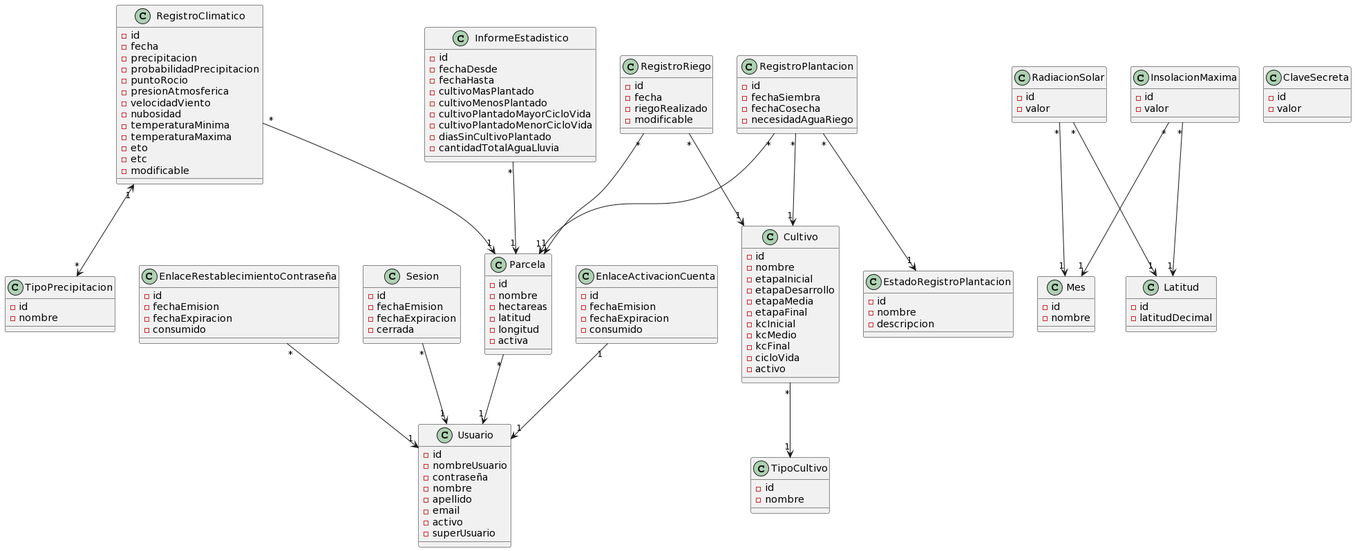
Earlier version of the PlantUML export docs/domain model/Modelo de dominio.png (facundopaez-dev/sistema-web-riego).
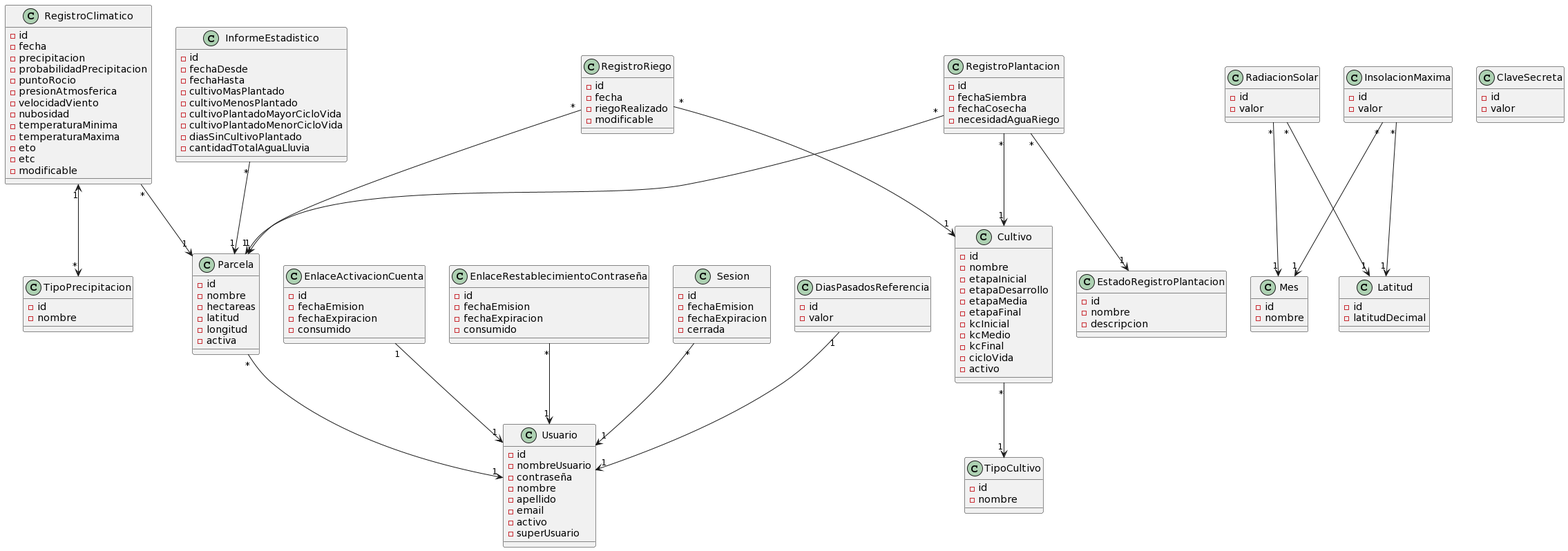
The same file after the commit.

Change to the diagram source:
```diff
@@ -16,6 +16,7 @@
 EnlaceRestablecimientoContraseña "*" --> "1" Usuario
 Sesion "*" --> "1" Usuario
 RegistroRiego "*" --> "1" Cultivo
+DiasPasadosReferencia "1" --> "1" Usuario
 
 class Parcela {
 -id
@@ -92,6 +93,11 @@
 -modificable
 }
 
+class DiasPasadosReferencia {
+-id
+-valor
+}
+
 class Usuario {
 -id
 -nombreUsuario
```
